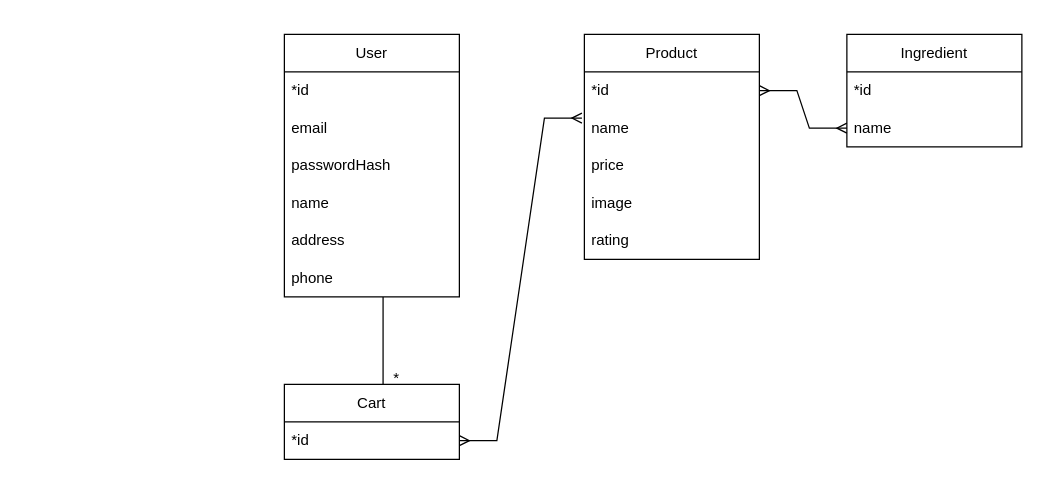
Earlier version of the draw.io diagram page "Страница — 1" (1 of 2) of database.drawio (fevoritos/kentucky-baked-pizza). Source tidied: cells renumbered, new cells numbered last; positions are measured from the earlier drawing's top-left corner, leaving out a move shared by most shapes. Both pictures are drawn from the tidied source at 125%, with x=0, y=0 at pixel (284, 34).
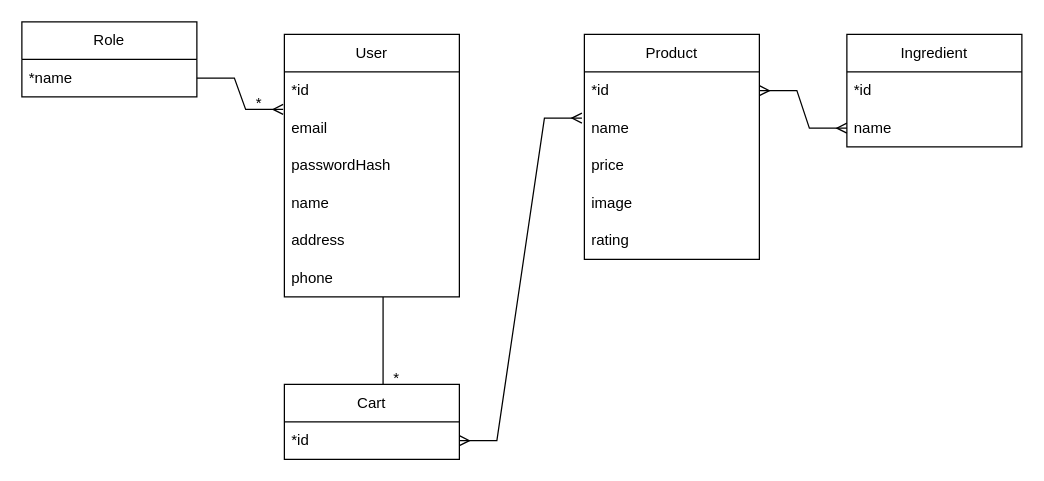
The same diagram, later.

Unchanged cells that the change refers to:
```xml
<mxCell id="4" value="email" style="text;strokeColor=none;fillColor=none;align=left;verticalAlign=middle;spacingLeft=4;spacingRight=4;overflow=hidden;points=[[0,0.5],[1,0.5]];portConstraint=eastwest;whiteSpace=wrap;html=1;" parent="2" vertex="1">
  <mxGeometry y="60" width="140" height="30" as="geometry" />
</mxCell>
```

Change to the diagram source:
```diff
@@
+    <mxCell id="24" value="Role" style="swimlane;fontStyle=0;horizontal=1;startSize=30;whiteSpace=wrap;html=1;" parent="1" vertex="1">
+      <mxGeometry x="-210" y="-10" width="140" height="60" as="geometry" />
+    </mxCell>
+    <mxCell id="25" value="*name" style="text;strokeColor=none;fillColor=none;align=left;verticalAlign=middle;spacingLeft=4;spacingRight=4;overflow=hidden;points=[[0,0.5],[1,0.5]];portConstraint=eastwest;whiteSpace=wrap;html=1;" parent="24" vertex="1">
+      <mxGeometry y="30" width="140" height="30" as="geometry" />
+    </mxCell>
+    <mxCell id="26" style="edgeStyle=entityRelationEdgeStyle;fontSize=12;html=1;endArrow=ERmany;rounded=0;exitX=1;exitY=0.5;exitDx=0;exitDy=0;entryX=-0.007;entryY=0;entryDx=0;entryDy=0;entryPerimeter=0;" parent="1" edge="1" source="25" target="4">
+      <mxGeometry relative="1" as="geometry" />
+    </mxCell>
+    <mxCell id="27" value="*" style="text;html=1;whiteSpace=wrap;strokeColor=none;fillColor=none;align=center;verticalAlign=middle;rounded=0;" parent="1" vertex="1">
+      <mxGeometry x="-50" y="40" width="60" height="30" as="geometry" />
+    </mxCell>
```
